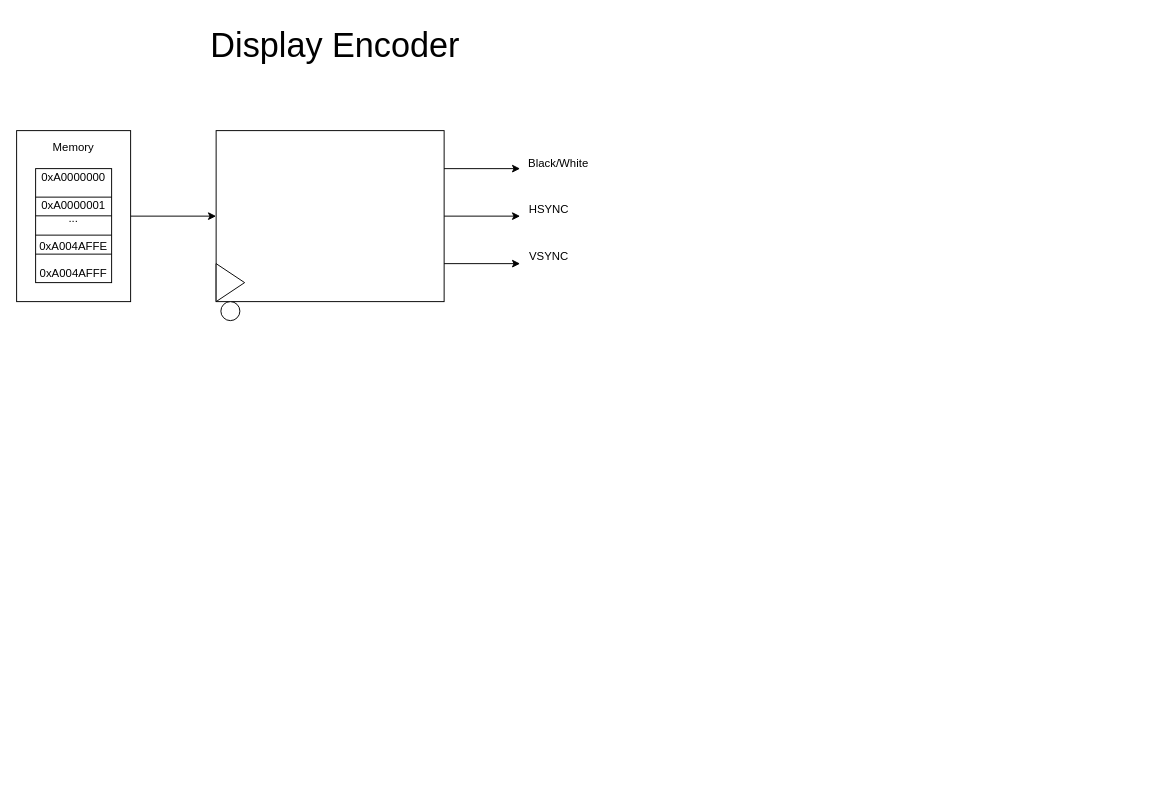
Before: Display_Encoder.drawio in limichael246/STARS_2024, a draw.io diagram. Source tidied: cells renumbered, new cells numbered last; positions are measured from the earlier drawing's top-left corner, leaving out a move shared by most shapes. Both pictures are drawn from the tidied source at 95%, with x=0, y=0 at pixel (16, 16).
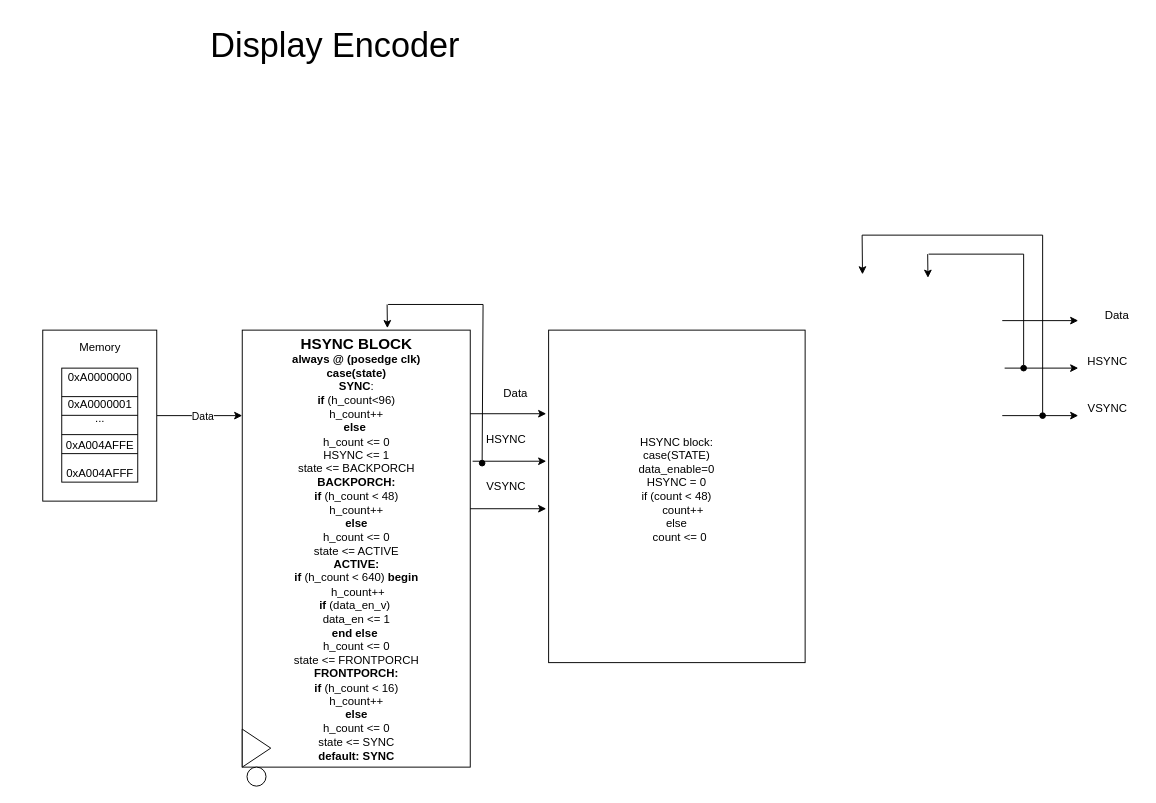
The same page after the edit.

The edit, as a diff of the source:
```diff
@@
     <mxCell id="3" style="edgeStyle=none;rounded=0;jettySize=auto;html=1;exitX=1;exitY=0.5;exitDx=0;exitDy=0;" parent="1" edge="1" source="4">
       <mxGeometry relative="1" as="geometry">
-        <mxPoint x="210" y="210" as="targetPoint" />
+        <mxPoint x="237.5" y="420" as="targetPoint" />
       </mxGeometry>
     </mxCell>
+    <mxCell id="19" value="Data" style="edgeLabel;html=1;align=center;verticalAlign=middle;" parent="3" vertex="1">
+      <mxGeometry x="0.06" relative="1" as="geometry" />
+    </mxCell>
     <mxCell id="4" value="Memory&lt;div&gt;&lt;br&gt;&lt;/div&gt;&lt;div&gt;&lt;br&gt;&lt;/div&gt;&lt;div&gt;&lt;br&gt;&lt;/div&gt;&lt;div&gt;&lt;br&gt;&lt;/div&gt;&lt;div&gt;&lt;br&gt;&lt;/div&gt;&lt;div&gt;&lt;br&gt;&lt;/div&gt;&lt;div&gt;&lt;br&gt;&lt;/div&gt;&lt;div&gt;&lt;br&gt;&lt;/div&gt;&lt;div&gt;&lt;br&gt;&lt;/div&gt;&lt;div&gt;&lt;br&gt;&lt;/div&gt;" style="whiteSpace=wrap;html=1;" parent="1" vertex="1">
-      <mxGeometry y="120" width="120" height="180" as="geometry" />
+      <mxGeometry x="27.5" y="330" width="120" height="180" as="geometry" />
     </mxCell>
     <mxCell id="5" value="0xA0000000&lt;div&gt;&lt;br&gt;&lt;div&gt;0xA0000001&lt;/div&gt;&lt;div&gt;&lt;span style=&quot;background-color: initial;&quot;&gt;...&lt;/span&gt;&lt;br&gt;&lt;/div&gt;&lt;div&gt;&lt;span style=&quot;background-color: initial;&quot;&gt;&lt;br&gt;&lt;/span&gt;&lt;/div&gt;&lt;div&gt;&lt;span style=&quot;background-color: initial;&quot;&gt;0xA004AFFE&lt;/span&gt;&lt;br&gt;&lt;/div&gt;&lt;div&gt;&lt;br&gt;&lt;/div&gt;&lt;div&gt;&lt;div&gt;0xA004AFFF&lt;/div&gt;&lt;/div&gt;&lt;/div&gt;" style="whiteSpace=wrap;html=1;" parent="1" vertex="1">
-      <mxGeometry x="20" y="160" width="80" height="120" as="geometry" />
+      <mxGeometry x="47.5" y="370" width="80" height="120" as="geometry" />
     </mxCell>
     <mxCell id="6" style="edgeStyle=none;rounded=0;orthogonalLoop=1;jettySize=auto;html=1;exitX=0;exitY=0.5;exitDx=0;exitDy=0;entryX=1;entryY=0.5;entryDx=0;entryDy=0;endArrow=none;endFill=0;" parent="1" edge="1">
       <mxGeometry relative="1" as="geometry">
-        <mxPoint x="20" y="209.7" as="sourcePoint" />
-        <mxPoint x="100" y="209.7" as="targetPoint" />
+        <mxPoint x="47.5" y="419.7" as="sourcePoint" />
+        <mxPoint x="127.5" y="419.7" as="targetPoint" />
       </mxGeometry>
     </mxCell>
     <mxCell id="7" style="edgeStyle=none;rounded=0;orthogonalLoop=1;jettySize=auto;html=1;exitX=0;exitY=0.5;exitDx=0;exitDy=0;entryX=1;entryY=0.5;entryDx=0;entryDy=0;endArrow=none;endFill=0;" parent="1" edge="1">
       <mxGeometry relative="1" as="geometry">
-        <mxPoint x="20" y="190" as="sourcePoint" />
-        <mxPoint x="100" y="190" as="targetPoint" />
+        <mxPoint x="47.5" y="400" as="sourcePoint" />
+        <mxPoint x="127.5" y="400" as="targetPoint" />
       </mxGeometry>
     </mxCell>
     <mxCell id="8" style="edgeStyle=none;rounded=0;orthogonalLoop=1;jettySize=auto;html=1;exitX=0;exitY=0.5;exitDx=0;exitDy=0;entryX=1;entryY=0.5;entryDx=0;entryDy=0;endArrow=none;endFill=0;" parent="1" edge="1">
       <mxGeometry relative="1" as="geometry">
-        <mxPoint x="20" y="250" as="sourcePoint" />
-        <mxPoint x="100" y="250" as="targetPoint" />
+        <mxPoint x="47.5" y="460" as="sourcePoint" />
+        <mxPoint x="127.5" y="460" as="targetPoint" />
       </mxGeometry>
     </mxCell>
     <mxCell id="9" style="edgeStyle=none;rounded=0;orthogonalLoop=1;jettySize=auto;html=1;exitX=0;exitY=0.5;exitDx=0;exitDy=0;entryX=1;entryY=0.5;entryDx=0;entryDy=0;endArrow=none;endFill=0;" parent="1" edge="1">
       <mxGeometry relative="1" as="geometry">
-        <mxPoint x="20" y="230" as="sourcePoint" />
-        <mxPoint x="100" y="230" as="targetPoint" />
+        <mxPoint x="47.5" y="440" as="sourcePoint" />
+        <mxPoint x="127.5" y="440" as="targetPoint" />
       </mxGeometry>
     </mxCell>
-    <mxCell id="10" style="edgeStyle=none;rounded=0;jettySize=auto;html=1;exitX=1;exitY=0.5;exitDx=0;exitDy=0;" parent="1" edge="1" source="11">
+    <mxCell id="10" style="edgeStyle=none;rounded=0;orthogonalLoop=1;jettySize=auto;html=1;" parent="1" edge="1">
       <mxGeometry relative="1" as="geometry">
-        <mxPoint x="530" y="210" as="targetPoint" />
+        <mxPoint x="1040" y="370" as="sourcePoint" />
+        <mxPoint x="1117.5" y="370" as="targetPoint" />
       </mxGeometry>
     </mxCell>
-    <mxCell id="11" style="whiteSpace=wrap;html=1;" parent="1" vertex="1">
-      <mxGeometry x="210" y="120" width="240" height="180" as="geometry" />
+    <mxCell id="11" value="&lt;div&gt;&lt;b&gt;&lt;font size=&quot;3&quot;&gt;HSYNC BLOCK&lt;/font&gt;&lt;/b&gt;&lt;/div&gt;&lt;b&gt;always @ (posedge clk)&lt;/b&gt;&lt;div&gt;&lt;b&gt;case(state)&lt;/b&gt;&lt;/div&gt;&lt;div&gt;&lt;b&gt;SYNC&lt;/b&gt;:&lt;/div&gt;&lt;div&gt;&lt;b&gt;if &lt;/b&gt;(h_count&amp;lt;96)&lt;/div&gt;&lt;div&gt;h_count++&lt;/div&gt;&lt;div&gt;&lt;b&gt;else&lt;/b&gt;&amp;nbsp;&lt;/div&gt;&lt;div&gt;h_count &amp;lt;= 0&lt;/div&gt;&lt;div&gt;HSYNC &amp;lt;= 1&lt;/div&gt;&lt;div&gt;state &amp;lt;= BACKPORCH&lt;/div&gt;&lt;div&gt;&lt;b&gt;BACKPORCH:&lt;/b&gt;&lt;/div&gt;&lt;div&gt;&lt;b&gt;if&amp;nbsp;&lt;/b&gt;(h_count &amp;lt; 48)&lt;/div&gt;&lt;div&gt;h_count++&lt;/div&gt;&lt;div&gt;&lt;b&gt;else&lt;/b&gt;&lt;/div&gt;&lt;div&gt;h_count &amp;lt;= 0&lt;/div&gt;&lt;div&gt;state &amp;lt;= ACTIVE&lt;/div&gt;&lt;div&gt;&lt;b&gt;ACTIVE:&lt;/b&gt;&lt;/div&gt;&lt;div&gt;&lt;b&gt;if&lt;/b&gt; (h_count &amp;lt; 640) &lt;b&gt;begin&lt;/b&gt;&lt;/div&gt;&lt;div&gt;&amp;nbsp;h_count++&lt;/div&gt;&lt;div&gt;&lt;b style=&quot;background-color: initial;&quot;&gt;if &lt;/b&gt;&lt;span style=&quot;background-color: initial;&quot;&gt;(data_en_v)&amp;nbsp;&lt;/span&gt;&lt;/div&gt;&lt;div&gt;data_en &amp;lt;= 1&lt;/div&gt;&lt;div&gt;&lt;b&gt;end else&amp;nbsp;&lt;/b&gt;&lt;/div&gt;&lt;div&gt;h_count &amp;lt;= 0&lt;/div&gt;&lt;div&gt;state &amp;lt;= FRONTPORCH&lt;/div&gt;&lt;div&gt;&lt;b&gt;FRONTPORCH:&lt;/b&gt;&lt;/div&gt;&lt;div&gt;&lt;b&gt;if &lt;/b&gt;(h_count &amp;lt; 16)&lt;/div&gt;&lt;div&gt;h_count++&lt;/div&gt;&lt;div&gt;&lt;b&gt;else&lt;/b&gt;&lt;/div&gt;&lt;div&gt;h_count &amp;lt;= 0&lt;/div&gt;&lt;div&gt;state &amp;lt;= SYNC&lt;/div&gt;&lt;div&gt;&lt;b&gt;default: SYNC&lt;/b&gt;&lt;/div&gt;" style="whiteSpace=wrap;html=1;" parent="1" vertex="1">
+      <mxGeometry x="237.5" y="330" width="240" height="460" as="geometry" />
     </mxCell>
     <mxCell id="12" style="triangle;whiteSpace=wrap;html=1;" parent="1" vertex="1">
-      <mxGeometry x="210" y="260" width="30" height="40" as="geometry" />
+      <mxGeometry x="237.5" y="750" width="30" height="40" as="geometry" />
     </mxCell>
     <mxCell id="13" style="ellipse;whiteSpace=wrap;html=1;" parent="1" vertex="1">
-      <mxGeometry x="215" y="300" width="20" height="20" as="geometry" />
+      <mxGeometry x="242.5" y="790" width="20" height="20" as="geometry" />
     </mxCell>
     <mxCell id="14" style="edgeStyle=none;rounded=0;orthogonalLoop=1;jettySize=auto;html=1;exitX=1;exitY=0.5;exitDx=0;exitDy=0;" parent="1" edge="1">
       <mxGeometry relative="1" as="geometry">
-        <mxPoint x="450" y="160" as="sourcePoint" />
-        <mxPoint x="530" y="160" as="targetPoint" />
+        <mxPoint x="1037.5" y="320" as="sourcePoint" />
+        <mxPoint x="1117.5" y="320" as="targetPoint" />
       </mxGeometry>
     </mxCell>
     <mxCell id="15" style="edgeStyle=none;rounded=0;orthogonalLoop=1;jettySize=auto;html=1;exitX=1;exitY=0.5;exitDx=0;exitDy=0;" parent="1" edge="1">
       <mxGeometry relative="1" as="geometry">
-        <mxPoint x="450" y="260" as="sourcePoint" />
-        <mxPoint x="530" y="260" as="targetPoint" />
+        <mxPoint x="1037.5" y="420" as="sourcePoint" />
+        <mxPoint x="1117.5" y="420" as="targetPoint" />
       </mxGeometry>
     </mxCell>
-    <mxCell id="16" value="Black/White" style="text;html=1;align=center;verticalAlign=middle;strokeColor=none;fillColor=none;" parent="1" vertex="1">
-      <mxGeometry x="525" y="140" width="90" height="30" as="geometry" />
+    <mxCell id="16" value="Data" style="text;html=1;align=center;verticalAlign=middle;strokeColor=none;fillColor=none;" parent="1" vertex="1">
+      <mxGeometry x="1132.5" y="300" width="50" height="30" as="geometry" />
     </mxCell>
     <mxCell id="17" value="HSYNC" style="text;html=1;align=center;verticalAlign=middle;strokeColor=none;fillColor=none;" parent="1" vertex="1">
-      <mxGeometry x="525" y="188" width="70" height="30" as="geometry" />
+      <mxGeometry x="1112.5" y="348" width="70" height="30" as="geometry" />
     </mxCell>
     <mxCell id="18" value="VSYNC" style="text;html=1;align=center;verticalAlign=middle;strokeColor=none;fillColor=none;" parent="1" vertex="1">
-      <mxGeometry x="530" y="238" width="60" height="30" as="geometry" />
+      <mxGeometry x="1117.5" y="398" width="60" height="30" as="geometry" />
     </mxCell>
+    <mxCell id="20" style="edgeStyle=none;orthogonalLoop=1;jettySize=auto;html=1;rounded=0;endArrow=none;endFill=0;startArrow=oval;startFill=1;" parent="1" edge="1">
+      <mxGeometry relative="1" as="geometry">
+        <mxPoint x="1060" y="370" as="sourcePoint" />
+        <mxPoint x="1060" y="250" as="targetPoint" />
+      </mxGeometry>
+    </mxCell>
+    <mxCell id="21" style="edgeStyle=none;orthogonalLoop=1;jettySize=auto;html=1;rounded=0;endArrow=none;endFill=0;startArrow=oval;startFill=1;" parent="1" edge="1">
+      <mxGeometry relative="1" as="geometry">
+        <mxPoint x="1080" y="420" as="sourcePoint" />
+        <mxPoint x="1080" y="230" as="targetPoint" />
+      </mxGeometry>
+    </mxCell>
+    <mxCell id="22" style="edgeStyle=none;orthogonalLoop=1;jettySize=auto;html=1;rounded=0;endArrow=none;endFill=0;" parent="1" edge="1">
+      <mxGeometry relative="1" as="geometry">
+        <mxPoint x="960" y="250" as="sourcePoint" />
+        <mxPoint x="1060" y="250" as="targetPoint" />
+      </mxGeometry>
+    </mxCell>
+    <mxCell id="23" style="edgeStyle=none;orthogonalLoop=1;jettySize=auto;html=1;rounded=0;endArrow=none;endFill=0;" parent="1" edge="1">
+      <mxGeometry relative="1" as="geometry">
+        <mxPoint x="890" y="230" as="sourcePoint" />
+        <mxPoint x="1080" y="230" as="targetPoint" />
+      </mxGeometry>
+    </mxCell>
+    <mxCell id="24" style="edgeStyle=none;orthogonalLoop=1;jettySize=auto;html=1;rounded=0;entryX=0.674;entryY=-0.011;entryDx=0;entryDy=0;entryPerimeter=0;" parent="1" edge="1">
+      <mxGeometry relative="1" as="geometry">
+        <mxPoint x="959" y="250" as="sourcePoint" />
+        <mxPoint x="959.3" y="274.9" as="targetPoint" />
+      </mxGeometry>
+    </mxCell>
+    <mxCell id="25" style="edgeStyle=none;orthogonalLoop=1;jettySize=auto;html=1;rounded=0;entryX=0.387;entryY=-0.019;entryDx=0;entryDy=0;entryPerimeter=0;" parent="1" edge="1">
+      <mxGeometry relative="1" as="geometry">
+        <mxPoint x="890" y="230" as="sourcePoint" />
+        <mxPoint x="890.4" y="271.3" as="targetPoint" />
+      </mxGeometry>
+    </mxCell>
+    <mxCell id="26" value="HSYNC block:&lt;div&gt;case(STATE)&lt;br&gt;&lt;div&gt;data_enable=0&lt;/div&gt;&lt;div&gt;HSYNC = 0&lt;/div&gt;&lt;div&gt;&lt;div&gt;if (count &amp;lt; 48)&lt;/div&gt;&lt;div&gt;&amp;nbsp; &amp;nbsp; count++&lt;/div&gt;&lt;div&gt;&lt;span style=&quot;background-color: initial;&quot;&gt;else&lt;/span&gt;&lt;/div&gt;&lt;div&gt;&amp;nbsp; count &amp;lt;= 0&lt;/div&gt;&lt;/div&gt;&lt;div&gt;&lt;br&gt;&lt;/div&gt;&lt;/div&gt;" style="whiteSpace=wrap;html=1;" parent="1" vertex="1">
+      <mxGeometry x="560" y="330" width="270" height="350" as="geometry" />
+    </mxCell>
+    <mxCell id="27" style="edgeStyle=none;rounded=0;orthogonalLoop=1;jettySize=auto;html=1;" parent="1" edge="1">
+      <mxGeometry relative="1" as="geometry">
+        <mxPoint x="480" y="468" as="sourcePoint" />
+        <mxPoint x="557.5" y="468" as="targetPoint" />
+      </mxGeometry>
+    </mxCell>
+    <mxCell id="28" style="edgeStyle=none;rounded=0;orthogonalLoop=1;jettySize=auto;html=1;exitX=1;exitY=0.5;exitDx=0;exitDy=0;" parent="1" edge="1">
+      <mxGeometry relative="1" as="geometry">
+        <mxPoint x="477.5" y="418" as="sourcePoint" />
+        <mxPoint x="557.5" y="418" as="targetPoint" />
+      </mxGeometry>
+    </mxCell>
+    <mxCell id="29" style="edgeStyle=none;rounded=0;orthogonalLoop=1;jettySize=auto;html=1;exitX=1;exitY=0.5;exitDx=0;exitDy=0;" parent="1" edge="1">
+      <mxGeometry relative="1" as="geometry">
+        <mxPoint x="477.5" y="518" as="sourcePoint" />
+        <mxPoint x="557.5" y="518" as="targetPoint" />
+      </mxGeometry>
+    </mxCell>
+    <mxCell id="30" value="Data" style="text;html=1;align=center;verticalAlign=middle;strokeColor=none;fillColor=none;" parent="1" vertex="1">
+      <mxGeometry x="500" y="382" width="50" height="30" as="geometry" />
+    </mxCell>
+    <mxCell id="31" value="HSYNC" style="text;html=1;align=center;verticalAlign=middle;strokeColor=none;fillColor=none;" parent="1" vertex="1">
+      <mxGeometry x="480" y="430" width="70" height="30" as="geometry" />
+    </mxCell>
+    <mxCell id="32" value="VSYNC" style="text;html=1;align=center;verticalAlign=middle;strokeColor=none;fillColor=none;" parent="1" vertex="1">
+      <mxGeometry x="485" y="480" width="60" height="30" as="geometry" />
+    </mxCell>
+    <mxCell id="33" style="edgeStyle=none;orthogonalLoop=1;jettySize=auto;html=1;rounded=0;endArrow=none;endFill=0;startArrow=oval;startFill=1;" parent="1" edge="1">
+      <mxGeometry relative="1" as="geometry">
+        <mxPoint x="490" y="470" as="sourcePoint" />
+        <mxPoint x="491" y="303" as="targetPoint" />
+      </mxGeometry>
+    </mxCell>
+    <mxCell id="34" style="edgeStyle=none;orthogonalLoop=1;jettySize=auto;html=1;rounded=0;endArrow=none;endFill=0;" parent="1" edge="1">
+      <mxGeometry relative="1" as="geometry">
+        <mxPoint x="391" y="303" as="sourcePoint" />
+        <mxPoint x="491" y="303" as="targetPoint" />
+      </mxGeometry>
+    </mxCell>
+    <mxCell id="35" style="edgeStyle=none;orthogonalLoop=1;jettySize=auto;html=1;rounded=0;entryX=0.674;entryY=-0.011;entryDx=0;entryDy=0;entryPerimeter=0;" parent="1" edge="1">
+      <mxGeometry relative="1" as="geometry">
+        <mxPoint x="390" y="303" as="sourcePoint" />
+        <mxPoint x="390.3" y="327.9" as="targetPoint" />
+      </mxGeometry>
+    </mxCell>
```
